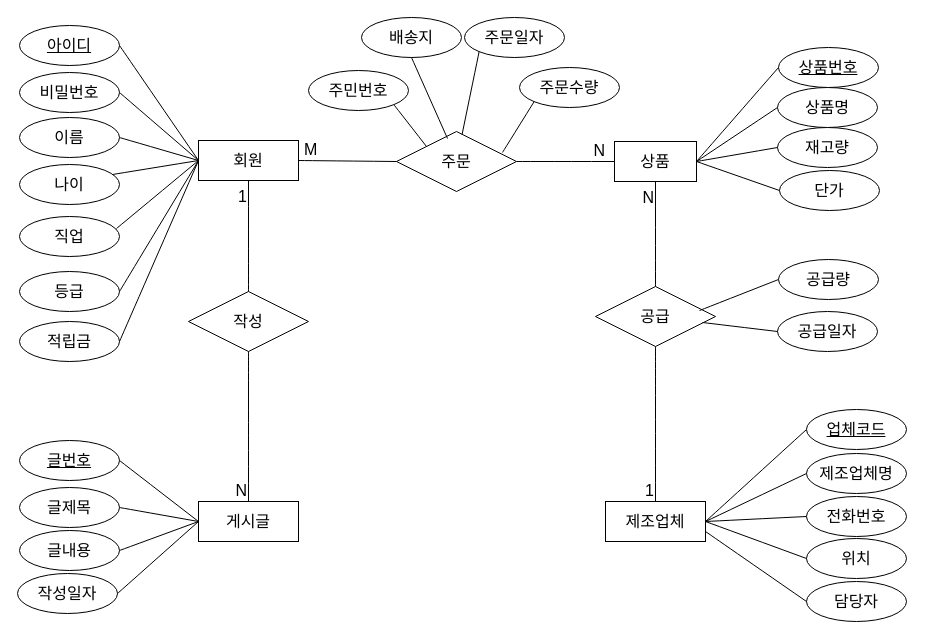
DODODODWODODOO/oraclesource keeps this draw.io diagram as 한빛마트.drawio. Above is the earlier version. Source tidied: cells renumbered, new cells numbered last; positions are measured from the earlier drawing's top-left corner, leaving out a move shared by most shapes. Both pictures are drawn from the tidied source at 100%, with x=0, y=0 at pixel (17, 17).
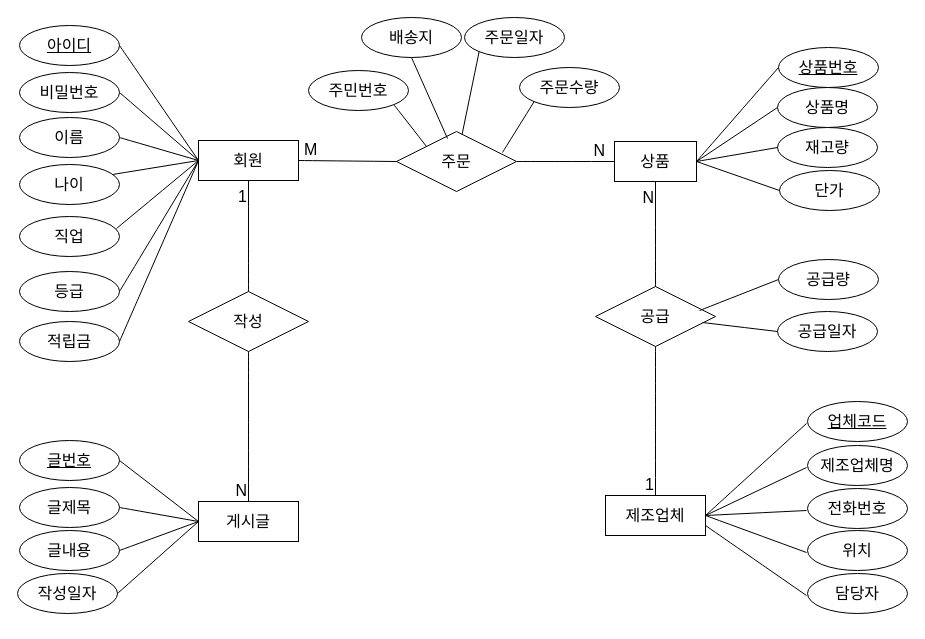
The same diagram, later.

Commit message (it also covers changes not shown here):
한빛마트.drawio 업데이트

What changed in the source:
```diff
@@
     <mxCell id="27" value="제조업체" style="whiteSpace=wrap;html=1;align=center;fontSize=16;" parent="1" vertex="1">
-      <mxGeometry x="588" y="484" width="100" height="40" as="geometry" />
+      <mxGeometry x="588" y="478" width="100" height="40" as="geometry" />
     </mxCell>
@@
     <mxCell id="36" value="업체코드" style="ellipse;whiteSpace=wrap;html=1;align=center;fontStyle=4;fontSize=16;" parent="1" vertex="1">
-      <mxGeometry x="789" y="392" width="100" height="40" as="geometry" />
+      <mxGeometry x="790" y="384" width="100" height="40" as="geometry" />
     </mxCell>
     <mxCell id="37" value="전화번호" style="ellipse;whiteSpace=wrap;html=1;align=center;fontSize=16;" parent="1" vertex="1">
-      <mxGeometry x="789" y="479" width="100" height="40" as="geometry" />
+      <mxGeometry x="790" y="471" width="100" height="40" as="geometry" />
     </mxCell>
     <mxCell id="38" value="제조업체명" style="ellipse;whiteSpace=wrap;html=1;align=center;fontSize=16;" parent="1" vertex="1">
-      <mxGeometry x="789" y="436" width="100" height="40" as="geometry" />
+      <mxGeometry x="790" y="428" width="100" height="40" as="geometry" />
     </mxCell>
     <mxCell id="39" value="위치" style="ellipse;whiteSpace=wrap;html=1;align=center;fontSize=16;" parent="1" vertex="1">
-      <mxGeometry x="789" y="521" width="100" height="40" as="geometry" />
+      <mxGeometry x="790" y="513" width="100" height="40" as="geometry" />
     </mxCell>
     <mxCell id="40" value="담당자" style="ellipse;whiteSpace=wrap;html=1;align=center;fontSize=16;" parent="1" vertex="1">
-      <mxGeometry x="789" y="564" width="100" height="40" as="geometry" />
+      <mxGeometry x="790" y="556" width="100" height="40" as="geometry" />
     </mxCell>
-    <mxCell id="41" style="endArrow=none;html=1;rounded=0;fontSize=12;startSize=8;endSize=8;curved=1;exitX=1;exitY=0.5;exitDx=0;exitDy=0;entryX=0;entryY=0.5;entryDx=0;entryDy=0;" parent="1" edge="1" source="27" target="36">
-      <mxGeometry relative="1" as="geometry" />
+    <mxCell id="41" style="endArrow=none;html=1;rounded=0;fontSize=12;startSize=8;endSize=8;curved=1;exitX=1;exitY=0.5;exitDx=0;exitDy=0;entryX=0;entryY=0.5;entryDx=0;entryDy=0;" parent="1" edge="1" source="27">
+      <mxGeometry relative="1" as="geometry">
+        <mxPoint x="789" y="406" as="targetPoint" />
+      </mxGeometry>
     </mxCell>
-    <mxCell id="42" style="endArrow=none;html=1;rounded=0;fontSize=12;startSize=8;endSize=8;curved=1;exitX=1;exitY=0.5;exitDx=0;exitDy=0;entryX=0;entryY=0.5;entryDx=0;entryDy=0;" parent="1" edge="1" source="27" target="38">
-      <mxGeometry relative="1" as="geometry" />
+    <mxCell id="42" style="endArrow=none;html=1;rounded=0;fontSize=12;startSize=8;endSize=8;curved=1;exitX=1;exitY=0.5;exitDx=0;exitDy=0;entryX=0;entryY=0.5;entryDx=0;entryDy=0;" parent="1" edge="1" source="27">
+      <mxGeometry relative="1" as="geometry">
+        <mxPoint x="789" y="450" as="targetPoint" />
+      </mxGeometry>
     </mxCell>
-    <mxCell id="43" style="endArrow=none;html=1;rounded=0;fontSize=12;startSize=8;endSize=8;curved=1;exitX=1;exitY=0.5;exitDx=0;exitDy=0;entryX=0;entryY=0.5;entryDx=0;entryDy=0;" parent="1" edge="1" source="27" target="37">
-      <mxGeometry relative="1" as="geometry" />
+    <mxCell id="43" style="endArrow=none;html=1;rounded=0;fontSize=12;startSize=8;endSize=8;curved=1;exitX=1;exitY=0.5;exitDx=0;exitDy=0;entryX=0;entryY=0.5;entryDx=0;entryDy=0;" parent="1" edge="1" source="27">
+      <mxGeometry relative="1" as="geometry">
+        <mxPoint x="789" y="493" as="targetPoint" />
+      </mxGeometry>
     </mxCell>
-    <mxCell id="44" style="endArrow=none;html=1;rounded=0;fontSize=12;startSize=8;endSize=8;curved=1;exitX=1;exitY=0.5;exitDx=0;exitDy=0;entryX=0;entryY=0.5;entryDx=0;entryDy=0;" parent="1" edge="1" source="27" target="39">
-      <mxGeometry relative="1" as="geometry" />
+    <mxCell id="44" style="endArrow=none;html=1;rounded=0;fontSize=12;startSize=8;endSize=8;curved=1;exitX=1;exitY=0.5;exitDx=0;exitDy=0;entryX=0;entryY=0.5;entryDx=0;entryDy=0;" parent="1" edge="1" source="27">
+      <mxGeometry relative="1" as="geometry">
+        <mxPoint x="789" y="535" as="targetPoint" />
+      </mxGeometry>
     </mxCell>
-    <mxCell id="45" style="endArrow=none;html=1;rounded=0;fontSize=12;startSize=8;endSize=8;curved=1;exitX=1;exitY=0.75;exitDx=0;exitDy=0;entryX=0;entryY=0.5;entryDx=0;entryDy=0;entryPerimeter=0;" parent="1" edge="1" source="27" target="40">
-      <mxGeometry relative="1" as="geometry" />
+    <mxCell id="45" style="endArrow=none;html=1;rounded=0;fontSize=12;startSize=8;endSize=8;curved=1;exitX=1;exitY=0.75;exitDx=0;exitDy=0;entryX=0;entryY=0.5;entryDx=0;entryDy=0;entryPerimeter=0;" parent="1" edge="1" source="27">
+      <mxGeometry relative="1" as="geometry">
+        <mxPoint x="789" y="578" as="targetPoint" />
+      </mxGeometry>
     </mxCell>
```
